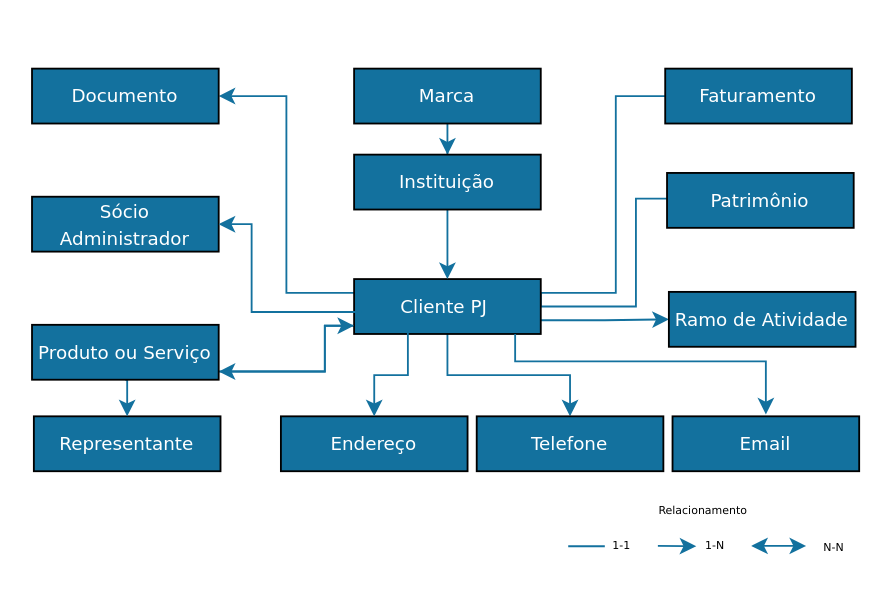
Before: draw_io_diagrams/customers/DER_Business_Customers.drawio in OpenBanking-Brasil/areadesenvolvedor, a draw.io diagram. Source tidied: cells renumbered, new cells numbered last; positions are measured from the earlier drawing's top-left corner, leaving out a move shared by most shapes. Both pictures are drawn from the tidied source at 183%, with x=0, y=0 at pixel (31, 68).
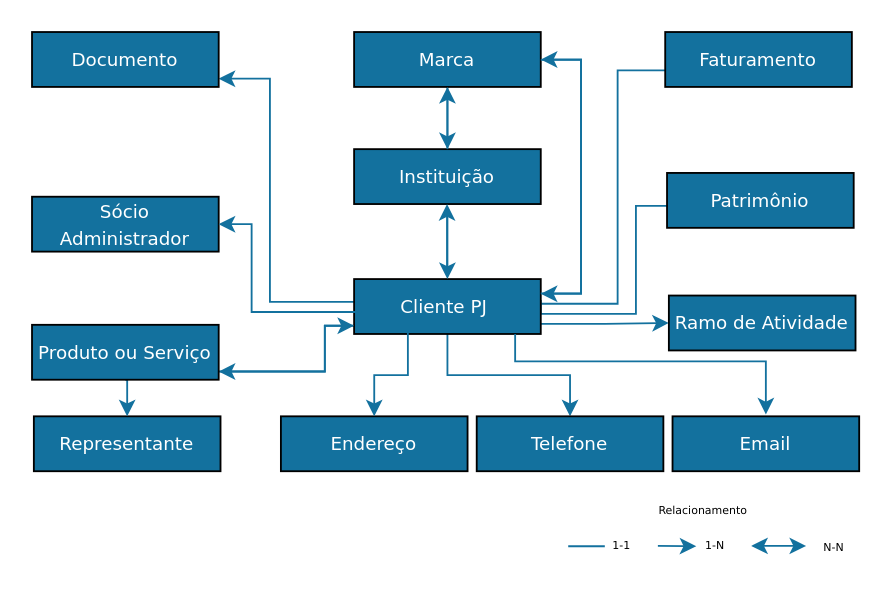
Above is the later version.

Unchanged cells that the change refers to:
```xml
<mxCell id="2" style="rounded=1;whiteSpace=wrap;html=1;strokeColor=#000000;fillColor=#13719E;" parent="1" vertex="1">
  <mxGeometry x="362" y="64" width="20" height="14" as="geometry" />
</mxCell>
<mxCell id="10" value="&lt;font face=&quot;Verdana&quot; style=&quot;font-size: 10px&quot; color=&quot;#ffffff&quot;&gt;Cliente PJ&amp;nbsp;&lt;/font&gt;" style="rounded=0;whiteSpace=wrap;html=1;fillColor=#13719E;strokeColor=#000000;flipV=1;" parent="1" vertex="1">
  <mxGeometry x="176" y="115" width="102" height="30" as="geometry" />
</mxCell>
```

Change to the diagram source:
```diff
@@
     <mxCell id="3" style="rounded=1;whiteSpace=wrap;html=1;strokeColor=#000000;fillColor=#13719E;" parent="1" vertex="1">
-      <mxGeometry x="360" y="8" width="20" height="14" as="geometry" />
+      <mxGeometry x="360" y="-12" width="20" height="14" as="geometry" />
     </mxCell>
@@
-    <mxCell id="5" style="edgeStyle=orthogonalEdgeStyle;rounded=0;jettySize=auto;html=1;exitX=1;exitY=0.25;exitDx=0;exitDy=0;entryX=0;entryY=0.5;entryDx=0;entryDy=0;strokeColor=#13719E;" parent="1" edge="1" source="10" target="2">
+    <mxCell id="5" style="edgeStyle=orthogonalEdgeStyle;rounded=0;orthogonalLoop=1;jettySize=auto;html=1;exitX=1;exitY=0.25;exitDx=0;exitDy=0;entryX=0;entryY=0.5;entryDx=0;entryDy=0;strokeColor=#13719E;" parent="1" edge="1">
       <mxGeometry relative="1" as="geometry">
+        <mxPoint x="278" y="126.5" as="sourcePoint" />
+        <mxPoint x="362" y="75" as="targetPoint" />
         <Array as="points">
-          <mxPoint x="278" y="130" />
-          <mxPoint x="330" y="130" />
-          <mxPoint x="330" y="71" />
+          <mxPoint x="278" y="134" />
+          <mxPoint x="330" y="134" />
+          <mxPoint x="330" y="75" />
         </Array>
       </mxGeometry>
     </mxCell>
-    <mxCell id="6" style="edgeStyle=orthogonalEdgeStyle;rounded=0;jettySize=auto;html=1;exitX=1;exitY=0.25;exitDx=0;exitDy=0;entryX=0;entryY=0.5;entryDx=0;entryDy=0;strokeColor=#13719E;" parent="1" edge="1" source="10" target="3">
-      <mxGeometry relative="1" as="geometry" />
+    <mxCell id="6" style="edgeStyle=orthogonalEdgeStyle;rounded=0;orthogonalLoop=1;jettySize=auto;html=1;exitX=1;exitY=0.25;exitDx=0;exitDy=0;entryX=0;entryY=0.5;entryDx=0;entryDy=0;strokeColor=#13719E;" parent="1" edge="1">
+      <mxGeometry relative="1" as="geometry">
+        <mxPoint x="278" y="128.5" as="sourcePoint" />
+        <mxPoint x="360" y="1" as="targetPoint" />
+        <Array as="points">
+          <mxPoint x="320" y="129" />
+          <mxPoint x="320" y="1" />
+        </Array>
+      </mxGeometry>
     </mxCell>
@@
-    <mxCell id="8" style="edgeStyle=orthogonalEdgeStyle;rounded=0;jettySize=auto;html=1;exitX=0;exitY=0.25;exitDx=0;exitDy=0;entryX=1;entryY=0.5;entryDx=0;entryDy=0;strokeColor=#13719E;" parent="1" edge="1" source="10" target="28">
-      <mxGeometry relative="1" as="geometry" />
+    <mxCell id="8" style="edgeStyle=orthogonalEdgeStyle;rounded=0;orthogonalLoop=1;jettySize=auto;html=1;exitX=0;exitY=0.25;exitDx=0;exitDy=0;entryX=1;entryY=0.75;entryDx=0;entryDy=0;strokeColor=#13719E;" parent="1" edge="1">
+      <mxGeometry relative="1" as="geometry">
+        <mxPoint x="176" y="127.5" as="sourcePoint" />
+        <mxPoint x="102" y="5.5" as="targetPoint" />
+        <Array as="points">
+          <mxPoint x="130" y="128" />
+          <mxPoint x="130" y="6" />
+        </Array>
+      </mxGeometry>
     </mxCell>
-    <mxCell id="9" style="edgeStyle=orthogonalEdgeStyle;rounded=0;jettySize=auto;html=1;exitX=1;exitY=0.75;exitDx=0;exitDy=0;entryX=0;entryY=0.5;entryDx=0;entryDy=0;strokeColor=#13719E;" parent="1" edge="1" source="10" target="21">
-      <mxGeometry relative="1" as="geometry" />
+    <mxCell id="9" style="edgeStyle=orthogonalEdgeStyle;rounded=0;orthogonalLoop=1;jettySize=auto;html=1;exitX=1;exitY=0.75;exitDx=0;exitDy=0;entryX=0;entryY=0.5;entryDx=0;entryDy=0;strokeColor=#13719E;" parent="1" edge="1">
+      <mxGeometry relative="1" as="geometry">
+        <mxPoint x="278" y="139.5" as="sourcePoint" />
+        <mxPoint x="348" y="139" as="targetPoint" />
+        <Array as="points">
+          <mxPoint x="313" y="140" />
+          <mxPoint x="348" y="139" />
+        </Array>
+      </mxGeometry>
     </mxCell>
@@
     <mxCell id="13" value="&lt;font face=&quot;Verdana&quot; style=&quot;font-size: 10px&quot; color=&quot;#ffffff&quot;&gt;Marca&lt;/font&gt;" style="rounded=0;whiteSpace=wrap;html=1;fillColor=#13719E;strokeColor=#000000;flipV=1;" parent="1" vertex="1">
-      <mxGeometry x="176" width="102" height="30" as="geometry" />
+      <mxGeometry x="176" y="-20" width="102" height="30" as="geometry" />
     </mxCell>
-    <mxCell id="14" style="edgeStyle=orthogonalEdgeStyle;rounded=0;jettySize=auto;html=1;exitX=0.5;exitY=1;exitDx=0;exitDy=0;entryX=0.5;entryY=0;entryDx=0;entryDy=0;strokeColor=#13719E;" parent="1" edge="1" source="15" target="10">
-      <mxGeometry relative="1" as="geometry" />
+    <mxCell id="14" style="edgeStyle=orthogonalEdgeStyle;rounded=0;jettySize=auto;html=1;exitX=0.5;exitY=1;exitDx=0;exitDy=0;entryX=0.5;entryY=0;entryDx=0;entryDy=0;strokeColor=#13719E;" parent="1" edge="1" target="10">
+      <mxGeometry relative="1" as="geometry">
+        <mxPoint x="227" y="77" as="sourcePoint" />
+      </mxGeometry>
     </mxCell>
     <mxCell id="15" value="&lt;font face=&quot;Verdana&quot; style=&quot;font-size: 10px&quot; color=&quot;#ffffff&quot;&gt;Instituição&lt;/font&gt;" style="rounded=0;whiteSpace=wrap;html=1;fillColor=#13719E;strokeColor=#000000;flipV=1;" parent="1" vertex="1">
-      <mxGeometry x="176" y="47" width="102" height="30" as="geometry" />
+      <mxGeometry x="176" y="44" width="102" height="30" as="geometry" />
     </mxCell>
@@
     <mxCell id="19" value="&lt;font face=&quot;Verdana&quot; style=&quot;font-size: 10px&quot; color=&quot;#ffffff&quot;&gt;Faturamento&lt;/font&gt;" style="rounded=0;whiteSpace=wrap;html=1;fillColor=#13719E;strokeColor=#000000;" parent="1" vertex="1">
-      <mxGeometry x="346" width="102" height="30" as="geometry" />
+      <mxGeometry x="346" y="-20" width="102" height="30" as="geometry" />
     </mxCell>
@@
     <mxCell id="21" value="&lt;font face=&quot;Verdana&quot; style=&quot;font-size: 10px&quot; color=&quot;#ffffff&quot;&gt;Ramo de Atividade&lt;/font&gt;" style="rounded=0;whiteSpace=wrap;html=1;fillColor=#13719E;strokeColor=#000000;" parent="1" vertex="1">
-      <mxGeometry x="348" y="122" width="102" height="30" as="geometry" />
+      <mxGeometry x="348" y="124" width="102" height="30" as="geometry" />
     </mxCell>
@@
     <mxCell id="28" value="&lt;font face=&quot;Verdana&quot; style=&quot;font-size: 10px&quot; color=&quot;#ffffff&quot;&gt;Documento&lt;/font&gt;" style="rounded=0;whiteSpace=wrap;html=1;fillColor=#13719E;strokeColor=#000000;" parent="1" vertex="1">
-      <mxGeometry width="102" height="30" as="geometry" />
+      <mxGeometry y="-20" width="102" height="30" as="geometry" />
     </mxCell>
@@
+    <mxCell id="39" style="edgeStyle=orthogonalEdgeStyle;rounded=0;jettySize=auto;html=1;exitX=0.5;exitY=0;exitDx=0;exitDy=0;strokeColor=#13719E;entryX=0.5;entryY=1;entryDx=0;entryDy=0;" parent="1" edge="1" source="15" target="13">
+      <mxGeometry relative="1" as="geometry">
+        <Array as="points">
+          <mxPoint x="227" y="20" />
+          <mxPoint x="227" y="20" />
+        </Array>
+      </mxGeometry>
+    </mxCell>
+    <mxCell id="40" style="edgeStyle=orthogonalEdgeStyle;rounded=0;orthogonalLoop=1;jettySize=auto;html=1;exitX=0.5;exitY=1;exitDx=0;exitDy=0;entryX=0.5;entryY=0;entryDx=0;entryDy=0;strokeColor=#13719E;" parent="1" edge="1">
+      <mxGeometry relative="1" as="geometry">
+        <mxPoint x="226.8" y="112" as="sourcePoint" />
+        <mxPoint x="226.8" y="74" as="targetPoint" />
+      </mxGeometry>
+    </mxCell>
+    <mxCell id="41" style="edgeStyle=orthogonalEdgeStyle;rounded=0;jettySize=auto;html=1;exitX=1;exitY=0.25;exitDx=0;exitDy=0;entryX=1;entryY=0.5;entryDx=0;entryDy=0;strokeColor=#13719E;" parent="1" edge="1" target="13">
+      <mxGeometry relative="1" as="geometry">
+        <mxPoint x="278" y="122.8" as="sourcePoint" />
+        <Array as="points">
+          <mxPoint x="300" y="123" />
+          <mxPoint x="300" y="-5" />
+        </Array>
+      </mxGeometry>
+    </mxCell>
+    <mxCell id="42" style="edgeStyle=orthogonalEdgeStyle;rounded=0;orthogonalLoop=1;jettySize=auto;html=1;exitX=1;exitY=0.25;exitDx=0;exitDy=0;entryX=1;entryY=0.5;entryDx=0;entryDy=0;strokeColor=#13719E;" parent="1" edge="1">
+      <mxGeometry relative="1" as="geometry">
+        <mxPoint x="278" y="-4.8" as="sourcePoint" />
+        <mxPoint x="278" y="123" as="targetPoint" />
+        <Array as="points">
+          <mxPoint x="300" y="-4.8" />
+          <mxPoint x="300" y="123.2" />
+        </Array>
+      </mxGeometry>
+    </mxCell>
```
